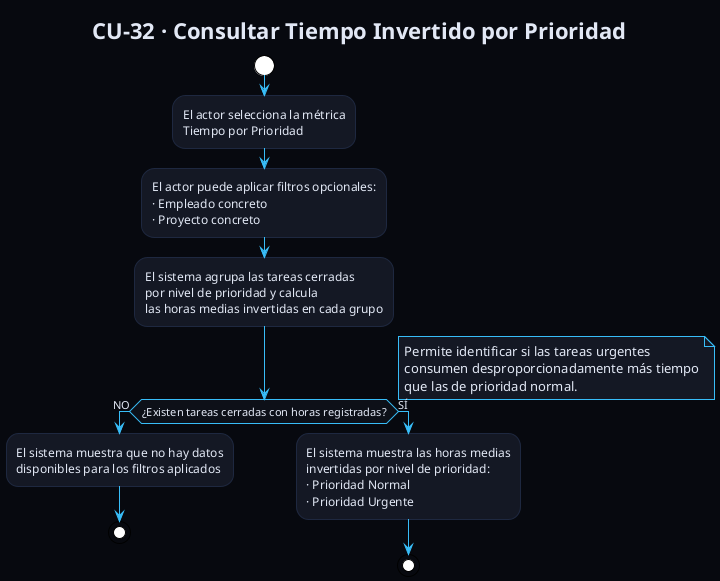
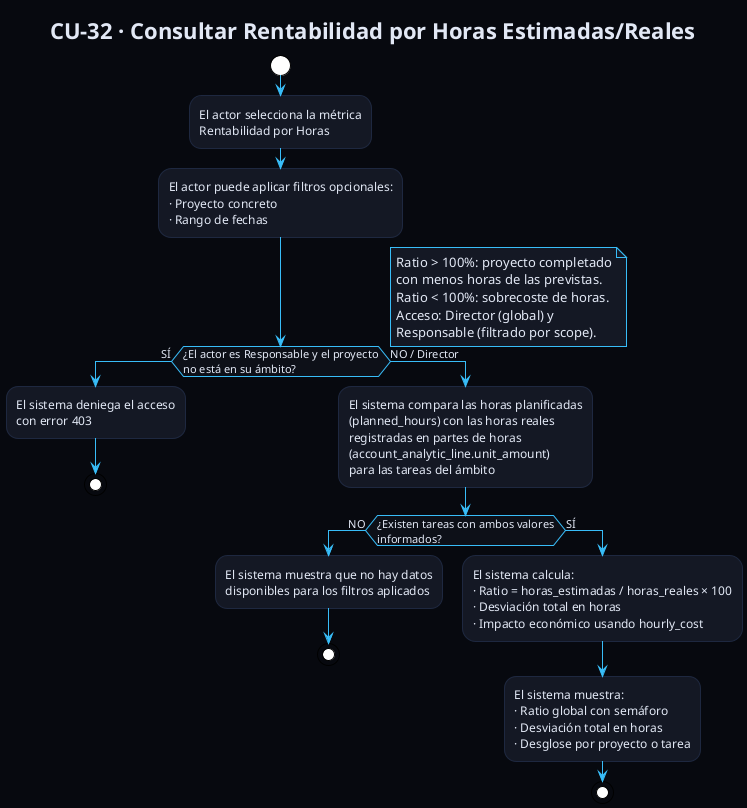
- @startuml CU32_TiempoPorPrioridad
+ @startuml CU32_RentabilidadPorHoras
!theme plain
skinparam backgroundColor #07090F
skinparam defaultFontColor #E2E8F5
skinparam ArrowColor #38BDF8
skinparam ActivityBorderColor #1E2840
skinparam ActivityBackgroundColor #141824
skinparam ActivityDiamondBackgroundColor #0D1018
skinparam ActivityDiamondBorderColor #38BDF8
skinparam NoteBackgroundColor #141824
skinparam NoteBorderColor #38BDF8
- title CU-32 · Consultar Tiempo Invertido por Prioridad
+ title CU-32 · Consultar Rentabilidad por Horas Estimadas/Reales

start
:El actor selecciona la métrica
- Tiempo por Prioridad;
+ Rentabilidad por Horas;
:El actor puede aplicar filtros opcionales:
- · Empleado concreto
- · Proyecto concreto;
+ · Proyecto concreto
+ · Rango de fechas;

- :El sistema agrupa las tareas cerradas
- por nivel de prioridad y calcula
- las horas medias invertidas en cada grupo;
+ if (¿El actor es Responsable y el proyecto\nno está en su ámbito?) then (SÍ)
+   :El sistema deniega el acceso
+   con error 403;
+   stop
+ else (NO / Director)
+   :El sistema compara las horas planificadas
+   (planned_hours) con las horas reales
+   registradas en partes de horas
+   (account_analytic_line.unit_amount)
+   para las tareas del ámbito;

- if (¿Existen tareas cerradas con horas registradas?) then (NO)
-   :El sistema muestra que no hay datos
-   disponibles para los filtros aplicados;
-   stop
- else (SÍ)
-   :El sistema muestra las horas medias
-   invertidas por nivel de prioridad:
-   · Prioridad Normal
-   · Prioridad Urgente;
-   stop
+   if (¿Existen tareas con ambos valores\ninformados?) then (NO)
+     :El sistema muestra que no hay datos
+     disponibles para los filtros aplicados;
+     stop
+   else (SÍ)
+     :El sistema calcula:
+     · Ratio = horas_estimadas / horas_reales × 100
+     · Desviación total en horas
+     · Impacto económico usando hourly_cost;
+     :El sistema muestra:
+     · Ratio global con semáforo
+     · Desviación total en horas
+     · Desglose por proyecto o tarea;
+     stop
+   endif
endif

note right
-   Permite identificar si las tareas urgentes
-   consumen desproporcionadamente más tiempo
-   que las de prioridad normal.
+   Ratio > 100%: proyecto completado
+   con menos horas de las previstas.
+   Ratio < 100%: sobrecoste de horas.
+   Acceso: Director (global) y
+   Responsable (filtrado por scope).
end note

@enduml
+ 
